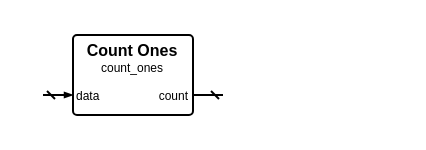
Above: sources/operations/count_ones/count_ones.symbol.drawio in Louis-DR/OmniCores-BuildingBlocks (draw.io), before the change. Source tidied: cells renumbered, new cells numbered last; positions are measured from the earlier drawing's top-left corner, leaving out a move shared by most shapes. Both pictures are drawn from the tidied source at 200%, with x=0, y=0 at pixel (42, 34).
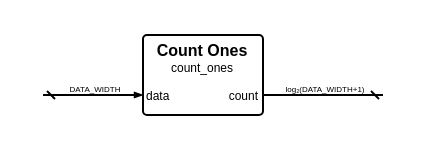
The same page after the edit.

Change to the diagram source:
```diff
@@
 <mxGraphModel>
   <root>
     <mxCell id="0" />
     <mxCell id="1" parent="0" />
     <mxCell id="2" style="group;" parent="1" vertex="1">
-      <mxGeometry width="90" height="40" as="geometry" />
+      <mxGeometry width="170" height="40" as="geometry" />
     </mxCell>
     <mxCell id="3" style="rounded=1;arcSize=5;fillColor=none;strokeWidth=1;strokeColor=black;whiteSpace=wrap;html=1;" parent="2" vertex="1">
-      <mxGeometry x="15" width="60" height="40" as="geometry" />
+      <mxGeometry x="50" width="60" height="40" as="geometry" />
     </mxCell>
     <mxCell id="4" value="Count Ones" style="text;html=1;align=center;verticalAlign=middle;whiteSpace=wrap;rounded=0;fontSize=8;fontStyle=1;fontColor=black;" parent="2" vertex="1">
-      <mxGeometry x="15" y="7" width="60" as="geometry" />
+      <mxGeometry x="50" y="7" width="60" as="geometry" />
     </mxCell>
     <mxCell id="5" value="count_ones" style="text;html=1;align=center;verticalAlign=middle;whiteSpace=wrap;rounded=0;fontSize=6;fontStyle=0;fontColor=black;" parent="2" vertex="1">
-      <mxGeometry x="15" y="16" width="60" as="geometry" />
+      <mxGeometry x="50" y="16" width="60" as="geometry" />
     </mxCell>
     <mxCell id="6" value="data" style="text;html=1;align=left;verticalAlign=middle;whiteSpace=wrap;rounded=0;fontSize=6;fontStyle=0;fontColor=black;" parent="2" vertex="1">
-      <mxGeometry x="15" y="30" width="60" as="geometry" />
+      <mxGeometry x="50" y="30" width="60" as="geometry" />
     </mxCell>
     <mxCell id="7" style="html=1;rounded=1;strokeWidth=1;strokeColor=black;startFill=0;startSize=2;startArrow=dash;endFill=1;endSize=2;endArrow=blockThin;sourcePerimeterSpacing=0;" parent="2" edge="1">
       <mxGeometry relative="1" as="geometry">
         <mxPoint y="30" as="sourcePoint" />
-        <mxPoint x="15" y="30" as="targetPoint" />
+        <mxPoint x="50" y="30" as="targetPoint" />
       </mxGeometry>
     </mxCell>
+    <mxCell id="10" value="DATA_WIDTH" style="text;html=1;align=center;verticalAlign=middle;whiteSpace=nowrap;rounded=0;fontSize=4;fontStyle=0;fontColor=black;" parent="2" vertex="1">
+      <mxGeometry x="25" y="27" as="geometry" />
+    </mxCell>
     <mxCell id="8" value="count" style="text;html=1;align=right;verticalAlign=middle;whiteSpace=wrap;rounded=0;fontSize=6;fontStyle=0;fontColor=black;" parent="2" vertex="1">
-      <mxGeometry x="15" y="30" width="60" as="geometry" />
+      <mxGeometry x="50" y="30" width="60" as="geometry" />
     </mxCell>
     <mxCell id="9" style="html=1;rounded=1;strokeWidth=1;strokeColor=black;startFill=0;startSize=2;startArrow=dash;endFill=1;endSize=2;endArrow=none;sourcePerimeterSpacing=0;" parent="2" edge="1">
       <mxGeometry relative="1" as="geometry">
-        <mxPoint x="90" y="30" as="sourcePoint" />
-        <mxPoint x="75" y="30" as="targetPoint" />
+        <mxPoint x="170" y="30" as="sourcePoint" />
+        <mxPoint x="110" y="30" as="targetPoint" />
       </mxGeometry>
     </mxCell>
+    <mxCell id="11" value="log₂(DATA_WIDTH+1)" style="text;html=1;align=center;verticalAlign=middle;whiteSpace=nowrap;rounded=0;fontSize=4;fontStyle=0;fontColor=black;" parent="2" vertex="1">
+      <mxGeometry x="140" y="27" as="geometry" />
+    </mxCell>
   </root>
 </mxGraphModel>
```
